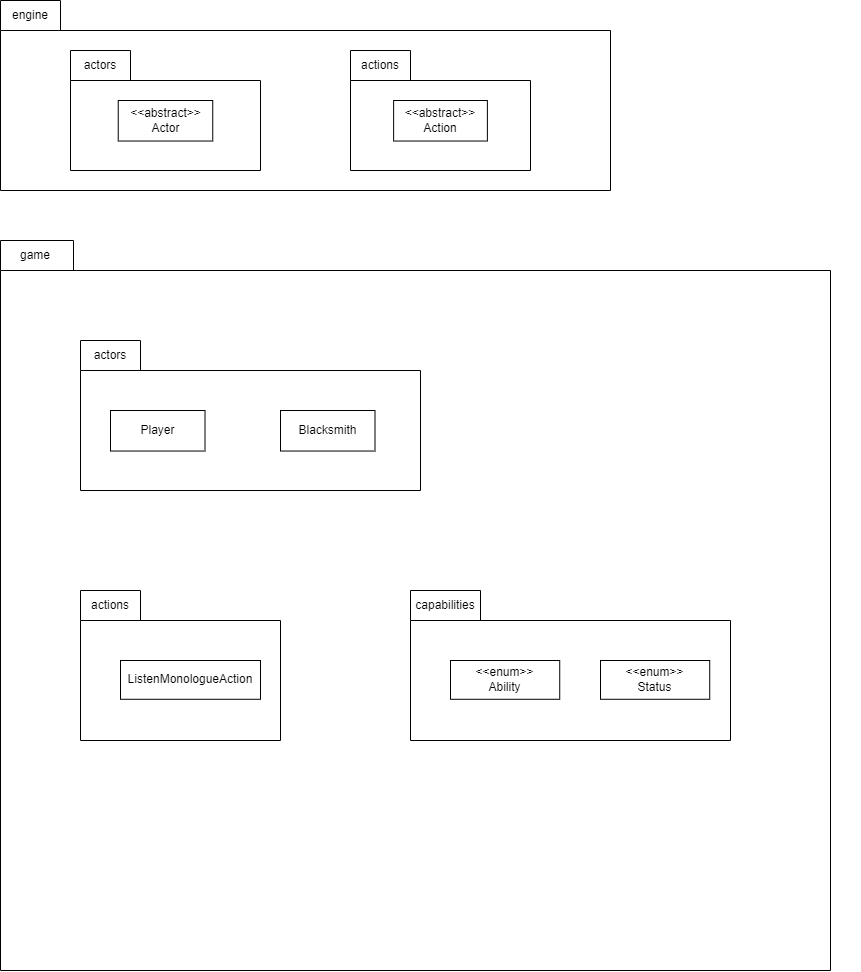
The draw.io diagram docs/design.assignment3/REQ3.png in DesmondChongQiXiang/FIT2099, before a commit. Source tidied: cells renumbered, new cells last; positions are measured from the earlier drawing's top-left corner, leaving out a move shared by most shapes.
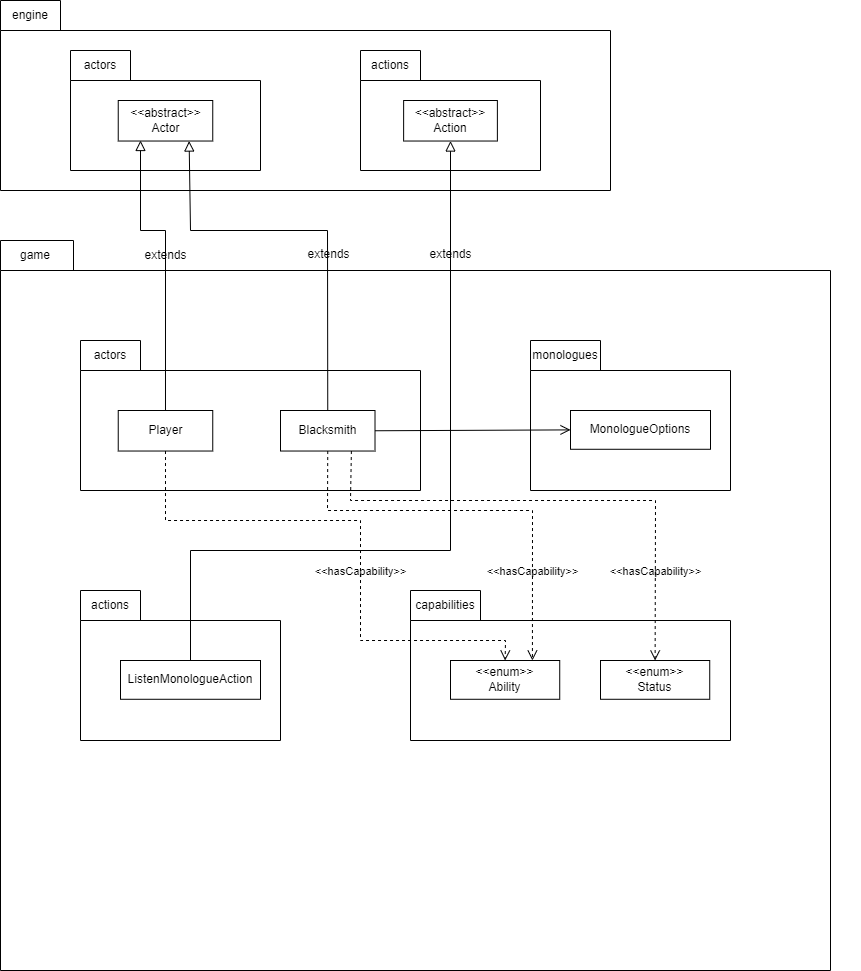
Later version of the same file.

Commit message:
REQ3 (Add UML diagram completed 70%)

Change to the diagram source:
```diff
@@ -21,7 +21,7 @@
       <mxGeometry x="47.7" y="50" width="94.5" height="40.5" as="geometry" />
     </mxCell>
     <mxCell id="8" style="group;" parent="1" vertex="1">
-      <mxGeometry x="350" y="50" width="210" height="120" as="geometry" />
+      <mxGeometry x="360" y="50" width="210" height="120" as="geometry" />
     </mxCell>
     <mxCell id="9" style="shape=folder;fontStyle=1;spacingTop=10;tabWidth=60;tabHeight=30;tabPosition=left;html=1;whiteSpace=wrap;" parent="8" vertex="1">
       <mxGeometry width="180" height="120" as="geometry" />
@@ -48,7 +48,7 @@
       <mxGeometry width="60" height="30" as="geometry" />
     </mxCell>
     <mxCell id="17" value="Player" style="html=1;whiteSpace=wrap;" parent="14" vertex="1">
-      <mxGeometry x="30" y="70" width="94.5" height="40.5" as="geometry" />
+      <mxGeometry x="37.7" y="70" width="94.5" height="40.5" as="geometry" />
     </mxCell>
     <mxCell id="18" value="Blacksmith" style="html=1;whiteSpace=wrap;" parent="14" vertex="1">
       <mxGeometry x="200" y="70" width="94.5" height="40.5" as="geometry" />
@@ -80,5 +80,86 @@
     <mxCell id="27" value="ListenMonologueAction" style="html=1;whiteSpace=wrap;" parent="24" vertex="1">
       <mxGeometry x="40" y="70" width="140" height="38.8" as="geometry" />
     </mxCell>
+    <mxCell id="28" style="endArrow=block;html=1;rounded=0;align=center;verticalAlign=bottom;endFill=0;labelBackgroundColor=none;endSize=8;exitX=0.5;exitY=0;exitDx=0;exitDy=0;" parent="1" edge="1" source="17">
+      <mxGeometry relative="1" as="geometry">
+        <mxPoint x="140" y="140" as="targetPoint" />
+        <Array as="points">
+          <mxPoint x="165" y="230" />
+          <mxPoint x="140" y="230" />
+        </Array>
+      </mxGeometry>
+    </mxCell>
+    <mxCell id="29" value="extends" style="html=1;align=center;verticalAlign=top;labelBackgroundColor=none;" parent="28" vertex="1">
+      <mxGeometry relative="1" as="geometry">
+        <mxPoint y="-22" as="offset" />
+      </mxGeometry>
+    </mxCell>
+    <mxCell id="30" style="endArrow=block;html=1;rounded=0;align=center;verticalAlign=bottom;endFill=0;labelBackgroundColor=none;endSize=8;exitX=0.5;exitY=0;exitDx=0;exitDy=0;entryX=0.75;entryY=1;entryDx=0;entryDy=0;" parent="1" edge="1" source="18" target="7">
+      <mxGeometry relative="1" as="geometry">
+        <Array as="points">
+          <mxPoint x="327" y="230" />
+          <mxPoint x="190" y="230" />
+        </Array>
+      </mxGeometry>
+    </mxCell>
+    <mxCell id="31" value="extends" style="html=1;align=center;verticalAlign=top;labelBackgroundColor=none;" parent="30" vertex="1">
+      <mxGeometry relative="1" as="geometry">
+        <mxPoint x="24" y="10" as="offset" />
+      </mxGeometry>
+    </mxCell>
+    <mxCell id="32" style="endArrow=block;html=1;rounded=0;align=center;verticalAlign=bottom;endFill=0;labelBackgroundColor=none;endSize=8;exitX=0.5;exitY=0;exitDx=0;exitDy=0;entryX=0.5;entryY=1;entryDx=0;entryDy=0;" parent="1" edge="1" source="27" target="11">
+      <mxGeometry relative="1" as="geometry">
+        <Array as="points">
+          <mxPoint x="190" y="550" />
+          <mxPoint x="450" y="550" />
+        </Array>
+      </mxGeometry>
+    </mxCell>
+    <mxCell id="33" value="extends" style="html=1;align=center;verticalAlign=top;labelBackgroundColor=none;" parent="32" vertex="1">
+      <mxGeometry relative="1" as="geometry">
+        <mxPoint y="-290" as="offset" />
+      </mxGeometry>
+    </mxCell>
+    <mxCell id="34" style="group;" parent="1" vertex="1">
+      <mxGeometry x="530" y="340" width="300" height="150" as="geometry" />
+    </mxCell>
+    <mxCell id="35" style="shape=folder;fontStyle=1;spacingTop=10;tabWidth=70;tabHeight=30;tabPosition=left;html=1;whiteSpace=wrap;" parent="34" vertex="1">
+      <mxGeometry width="200" height="150" as="geometry" />
+    </mxCell>
+    <mxCell id="36" value="monologues" style="text;html=1;strokeColor=none;fillColor=none;align=center;verticalAlign=middle;whiteSpace=wrap;rounded=0;" parent="34" vertex="1">
+      <mxGeometry width="70" height="30" as="geometry" />
+    </mxCell>
+    <mxCell id="37" value="MonologueOptions" style="html=1;whiteSpace=wrap;" parent="34" vertex="1">
+      <mxGeometry x="40" y="70" width="140" height="38.8" as="geometry" />
+    </mxCell>
+    <mxCell id="38" value="&amp;lt;&amp;lt;hasCapability&amp;gt;&amp;gt;" style="endArrow=open;startArrow=none;endFill=0;startFill=0;endSize=8;html=1;verticalAlign=bottom;dashed=1;labelBackgroundColor=none;rounded=0;exitX=0.5;exitY=1;exitDx=0;exitDy=0;entryX=0.5;entryY=0;entryDx=0;entryDy=0;" parent="1" edge="1" source="17" target="22">
+      <mxGeometry x="0.18" relative="1" as="geometry">
+        <Array as="points">
+          <mxPoint x="165" y="520" />
+          <mxPoint x="360" y="520" />
+          <mxPoint x="360" y="640" />
+          <mxPoint x="505" y="640" />
+        </Array>
+      </mxGeometry>
+    </mxCell>
+    <mxCell id="39" style="endArrow=open;startArrow=none;endFill=0;startFill=0;endSize=8;html=1;verticalAlign=bottom;labelBackgroundColor=none;strokeWidth=1;rounded=0;exitX=1;exitY=0.5;exitDx=0;exitDy=0;entryX=0;entryY=0.5;entryDx=0;entryDy=0;" parent="1" edge="1" source="18" target="37">
+      <mxGeometry relative="1" as="geometry" />
+    </mxCell>
+    <mxCell id="40" value="&amp;lt;&amp;lt;hasCapability&amp;gt;&amp;gt;" style="endArrow=open;startArrow=none;endFill=0;startFill=0;endSize=8;html=1;verticalAlign=bottom;dashed=1;labelBackgroundColor=none;rounded=0;exitX=0.5;exitY=1;exitDx=0;exitDy=0;entryX=0.75;entryY=0;entryDx=0;entryDy=0;" parent="1" edge="1" source="18" target="22">
+      <mxGeometry x="0.61" relative="1" as="geometry">
+        <Array as="points">
+          <mxPoint x="327" y="510" />
+          <mxPoint x="532" y="510" />
+        </Array>
+      </mxGeometry>
+    </mxCell>
+    <mxCell id="41" value="&amp;lt;&amp;lt;hasCapability&amp;gt;&amp;gt;" style="endArrow=open;startArrow=none;endFill=0;startFill=0;endSize=8;html=1;verticalAlign=bottom;dashed=1;labelBackgroundColor=none;rounded=0;exitX=0.75;exitY=1;exitDx=0;exitDy=0;entryX=0.5;entryY=0;entryDx=0;entryDy=0;" parent="1" edge="1" source="18" target="23">
+      <mxGeometry x="0.69" relative="1" as="geometry">
+        <Array as="points">
+          <mxPoint x="350" y="500" />
+          <mxPoint x="655" y="500" />
+        </Array>
+      </mxGeometry>
+    </mxCell>
   </root>
 </mxGraphModel>
```
